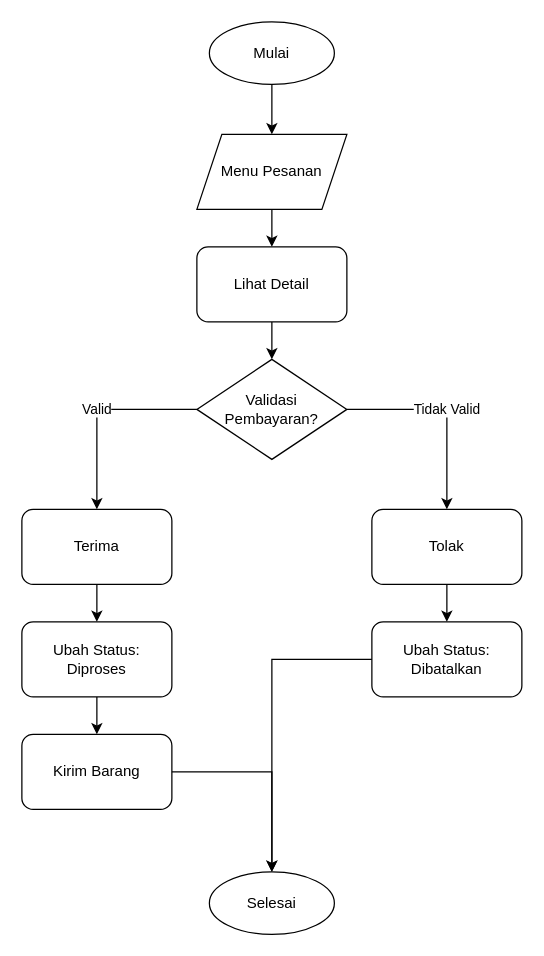
Above: diagram/flowchart/09_admin_kelola_pesanan.drawio in RajaSunrise/ud_zivana (draw.io), before the change. Source tidied: cells renumbered, new cells numbered last; positions are measured from the earlier drawing's top-left corner, leaving out a move shared by most shapes. Both pictures are drawn from the tidied source at 125%, with x=0, y=0 at pixel (21, 21).
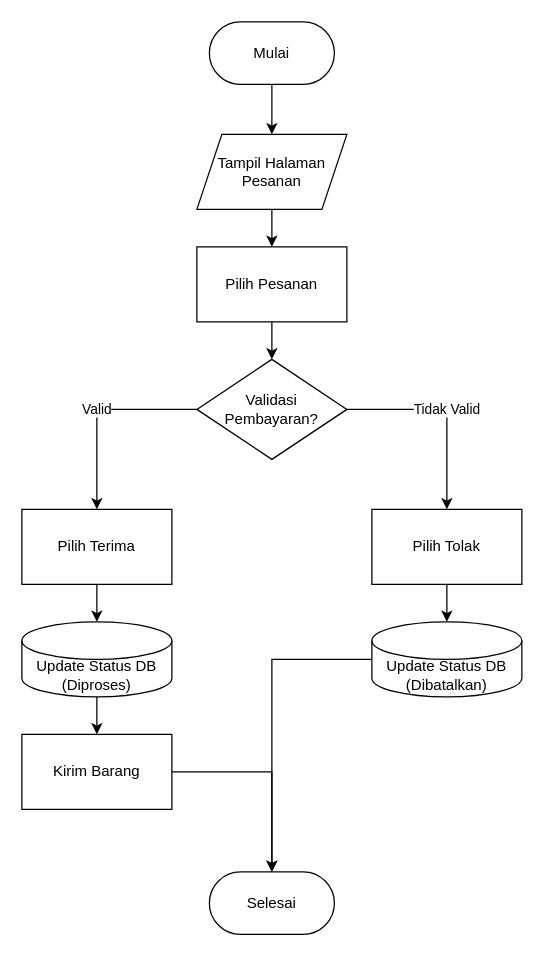
After the change.

Diff of the diagram source:
```diff
@@
-    <mxCell id="2" value="Mulai" style="ellipse;whiteSpace=wrap;html=1;" parent="1" vertex="1">
+    <mxCell id="2" value="Mulai" style="rounded=1;whiteSpace=wrap;html=1;arcSize=50;" parent="1" vertex="1">
       <mxGeometry x="150" width="100" height="50" as="geometry" />
     </mxCell>
-    <mxCell id="3" value="Menu Pesanan" style="shape=parallelogram;perimeter=parallelogramPerimeter;whiteSpace=wrap;html=1;fixedSize=1;" parent="1" vertex="1">
+    <mxCell id="3" value="Tampil Halaman Pesanan" style="shape=parallelogram;perimeter=parallelogramPerimeter;whiteSpace=wrap;html=1;fixedSize=1;" parent="1" vertex="1">
       <mxGeometry x="140" y="90" width="120" height="60" as="geometry" />
     </mxCell>
-    <mxCell id="4" value="Lihat Detail" style="rounded=1;whiteSpace=wrap;html=1;" parent="1" vertex="1">
+    <mxCell id="4" value="Pilih Pesanan" style="rounded=0;whiteSpace=wrap;html=1;" parent="1" vertex="1">
       <mxGeometry x="140" y="180" width="120" height="60" as="geometry" />
     </mxCell>
@@
-    <mxCell id="6" value="Terima" style="rounded=1;whiteSpace=wrap;html=1;" parent="1" vertex="1">
+    <mxCell id="6" value="Pilih Terima" style="rounded=0;whiteSpace=wrap;html=1;" parent="1" vertex="1">
       <mxGeometry y="390" width="120" height="60" as="geometry" />
     </mxCell>
-    <mxCell id="7" value="Tolak" style="rounded=1;whiteSpace=wrap;html=1;" parent="1" vertex="1">
+    <mxCell id="7" value="Pilih Tolak" style="rounded=0;whiteSpace=wrap;html=1;" parent="1" vertex="1">
       <mxGeometry x="280" y="390" width="120" height="60" as="geometry" />
     </mxCell>
-    <mxCell id="8" value="Ubah Status: Diproses" style="rounded=1;whiteSpace=wrap;html=1;" parent="1" vertex="1">
+    <mxCell id="8" value="Update Status DB (Diproses)" style="shape=cylinder3;whiteSpace=wrap;html=1;boundedLbl=1;backgroundOutline=1;size=15;" parent="1" vertex="1">
       <mxGeometry y="480" width="120" height="60" as="geometry" />
     </mxCell>
-    <mxCell id="9" value="Kirim Barang" style="rounded=1;whiteSpace=wrap;html=1;" parent="1" vertex="1">
+    <mxCell id="9" value="Kirim Barang" style="rounded=0;whiteSpace=wrap;html=1;" parent="1" vertex="1">
       <mxGeometry y="570" width="120" height="60" as="geometry" />
     </mxCell>
-    <mxCell id="10" value="Ubah Status: Dibatalkan" style="rounded=1;whiteSpace=wrap;html=1;" parent="1" vertex="1">
+    <mxCell id="10" value="Update Status DB (Dibatalkan)" style="shape=cylinder3;whiteSpace=wrap;html=1;boundedLbl=1;backgroundOutline=1;size=15;" parent="1" vertex="1">
       <mxGeometry x="280" y="480" width="120" height="60" as="geometry" />
     </mxCell>
-    <mxCell id="11" value="Selesai" style="ellipse;whiteSpace=wrap;html=1;" parent="1" vertex="1">
+    <mxCell id="11" value="Selesai" style="rounded=1;whiteSpace=wrap;html=1;arcSize=50;" parent="1" vertex="1">
       <mxGeometry x="150" y="680" width="100" height="50" as="geometry" />
     </mxCell>
```
